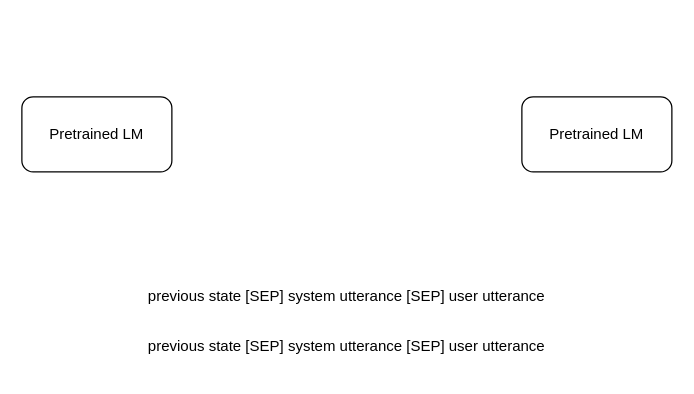
Earlier version of the draw.io diagram dual-dst.drawio (fpcsong/diagram). Source tidied: cells renumbered, new cells numbered last; positions are measured from the earlier drawing's top-left corner, leaving out a move shared by most shapes. Both pictures are drawn from the tidied source at 125%, with x=0, y=0 at pixel (21, 96).
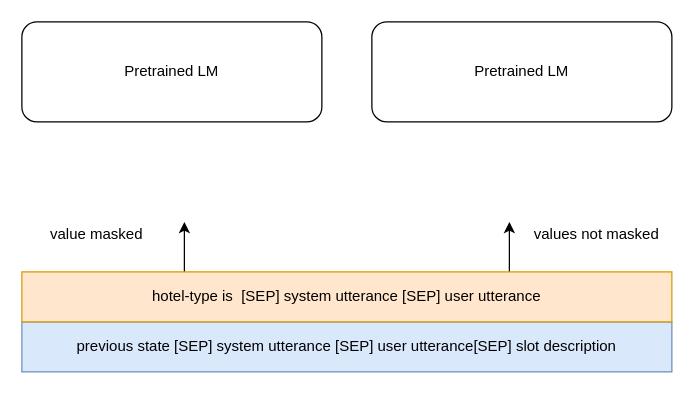
Above is the later version.

Change to the diagram source:
```diff
@@
 <mxGraphModel>
   <root>
     <mxCell id="0" />
     <mxCell id="1" parent="0" />
     <mxCell id="2" value="Pretrained LM" style="rounded=1;whiteSpace=wrap;html=1;" parent="1" vertex="1">
-      <mxGeometry width="120" height="60" as="geometry" />
+      <mxGeometry y="-60" width="240" height="80" as="geometry" />
     </mxCell>
     <mxCell id="3" value="&lt;span&gt;Pretrained LM&lt;/span&gt;" style="rounded=1;whiteSpace=wrap;html=1;" parent="1" vertex="1">
-      <mxGeometry x="400" width="120" height="60" as="geometry" />
+      <mxGeometry x="280" y="-60" width="240" height="80" as="geometry" />
     </mxCell>
-    <mxCell id="4" value="previous state [SEP] system utterance [SEP] user utterance" style="text;html=1;strokeColor=none;fillColor=none;align=center;verticalAlign=middle;whiteSpace=wrap;rounded=0;" parent="1" vertex="1">
+    <mxCell id="4" value="previous state [SEP] system utterance [SEP] user utterance[SEP] slot description" style="text;html=1;strokeColor=#6c8ebf;fillColor=#dae8fc;align=center;verticalAlign=middle;whiteSpace=wrap;rounded=0;" parent="1" vertex="1">
       <mxGeometry y="180" width="520" height="40" as="geometry" />
     </mxCell>
+    <mxCell id="6" style="edgeStyle=orthogonalEdgeStyle;rounded=0;jettySize=auto;html=1;exitX=0.25;exitY=0;exitDx=0;exitDy=0;" parent="1" edge="1" source="5">
+      <mxGeometry relative="1" as="geometry">
+        <mxPoint x="130" y="100" as="targetPoint" />
+      </mxGeometry>
+    </mxCell>
+    <mxCell id="7" style="edgeStyle=orthogonalEdgeStyle;rounded=0;jettySize=auto;html=1;exitX=0.75;exitY=0;exitDx=0;exitDy=0;" parent="1" edge="1" source="5">
+      <mxGeometry relative="1" as="geometry">
+        <mxPoint x="390" y="100" as="targetPoint" />
+      </mxGeometry>
+    </mxCell>
-    <mxCell id="5" value="previous state [SEP] system utterance [SEP] user utterance" style="text;html=1;strokeColor=none;fillColor=none;align=center;verticalAlign=middle;whiteSpace=wrap;rounded=0;" parent="1" vertex="1">
+    <mxCell id="5" value="hotel-type is&amp;nbsp; [SEP] system utterance [SEP] user utterance" style="text;html=1;strokeColor=#d79b00;fillColor=#ffe6cc;align=center;verticalAlign=middle;whiteSpace=wrap;rounded=0;" parent="1" vertex="1">
       <mxGeometry y="140" width="520" height="40" as="geometry" />
     </mxCell>
+    <mxCell id="8" value="value masked" style="text;html=1;strokeColor=none;fillColor=none;align=center;verticalAlign=middle;whiteSpace=wrap;rounded=0;" parent="1" vertex="1">
+      <mxGeometry y="100" width="120" height="20" as="geometry" />
+    </mxCell>
+    <mxCell id="9" value="values not masked" style="text;html=1;strokeColor=none;fillColor=none;align=center;verticalAlign=middle;whiteSpace=wrap;rounded=0;" parent="1" vertex="1">
+      <mxGeometry x="400" y="100" width="120" height="20" as="geometry" />
+    </mxCell>
   </root>
 </mxGraphModel>
```
